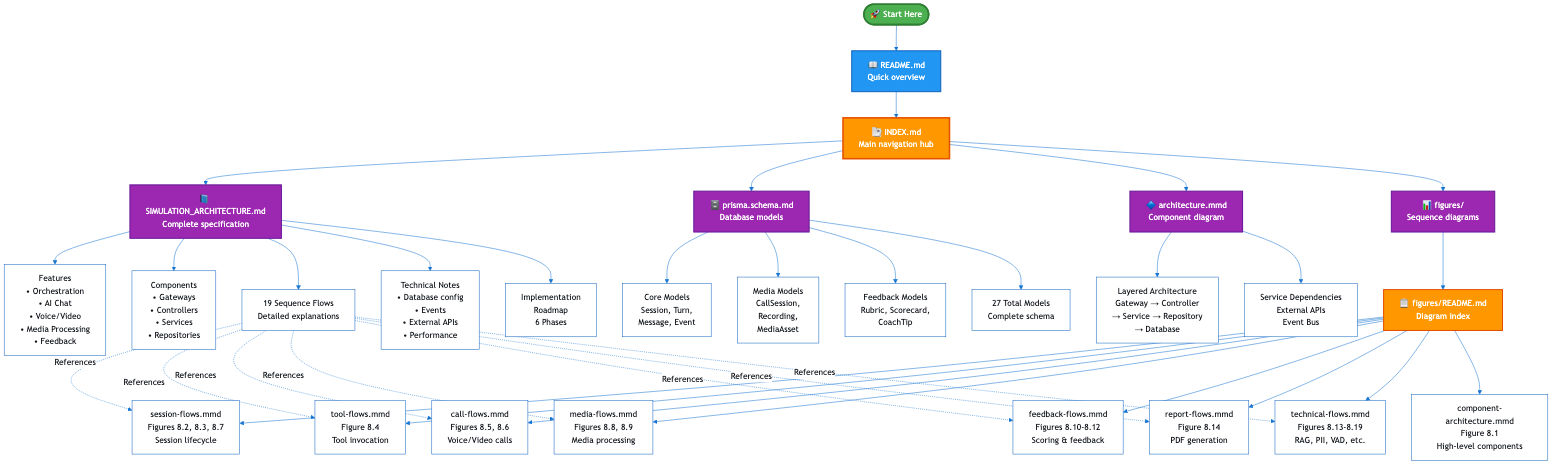
MmagdyHafezZ/pitch keeps this Mermaid diagram as docs/architecture/MicroServices/Simulation/figures/png/documentation-map.png. Above is the earlier version. Its source is kept beside it as docs/architecture/MicroServices/Simulation/figures/documentation-map.mmd.
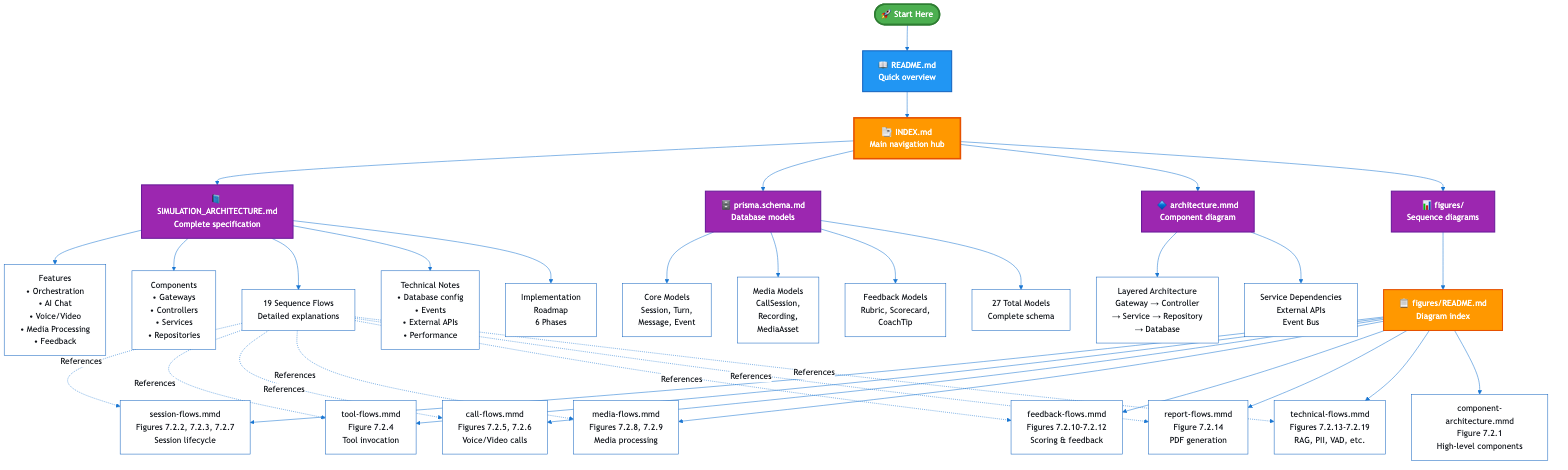
Above is the later version.

The edit, as a diff of the source:
```diff
@@ -45,14 +45,14 @@
 
     Figures --> FiguresREADME[📋 figures/README.md<br/>Diagram index]
 
-    FiguresREADME --> SessionFlows[session-flows.mmd<br/>Figures 8.2, 8.3, 8.7<br/>Session lifecycle]
-    FiguresREADME --> ToolFlows[tool-flows.mmd<br/>Figure 8.4<br/>Tool invocation]
-    FiguresREADME --> CallFlows[call-flows.mmd<br/>Figures 8.5, 8.6<br/>Voice/Video calls]
-    FiguresREADME --> MediaFlows[media-flows.mmd<br/>Figures 8.8, 8.9<br/>Media processing]
-    FiguresREADME --> FeedbackFlows[feedback-flows.mmd<br/>Figures 8.10-8.12<br/>Scoring & feedback]
-    FiguresREADME --> ReportFlows[report-flows.mmd<br/>Figure 8.14<br/>PDF generation]
-    FiguresREADME --> TechnicalFlows[technical-flows.mmd<br/>Figures 8.13-8.19<br/>RAG, PII, VAD, etc.]
-    FiguresREADME --> ComponentArch[component-architecture.mmd<br/>Figure 8.1<br/>High-level components]
+    FiguresREADME --> SessionFlows[session-flows.mmd<br/>Figures 7.2.2, 7.2.3, 7.2.7<br/>Session lifecycle]
+    FiguresREADME --> ToolFlows[tool-flows.mmd<br/>Figure 7.2.4<br/>Tool invocation]
+    FiguresREADME --> CallFlows[call-flows.mmd<br/>Figures 7.2.5, 7.2.6<br/>Voice/Video calls]
+    FiguresREADME --> MediaFlows[media-flows.mmd<br/>Figures 7.2.8, 7.2.9<br/>Media processing]
+    FiguresREADME --> FeedbackFlows[feedback-flows.mmd<br/>Figures 7.2.10-7.2.12<br/>Scoring & feedback]
+    FiguresREADME --> ReportFlows[report-flows.mmd<br/>Figure 7.2.14<br/>PDF generation]
+    FiguresREADME --> TechnicalFlows[technical-flows.mmd<br/>Figures 7.2.13-7.2.19<br/>RAG, PII, VAD, etc.]
+    FiguresREADME --> ComponentArch[component-architecture.mmd<br/>Figure 7.2.1<br/>High-level components]
 
     Flows -.->|References| SessionFlows
     Flows -.->|References| ToolFlows
```
